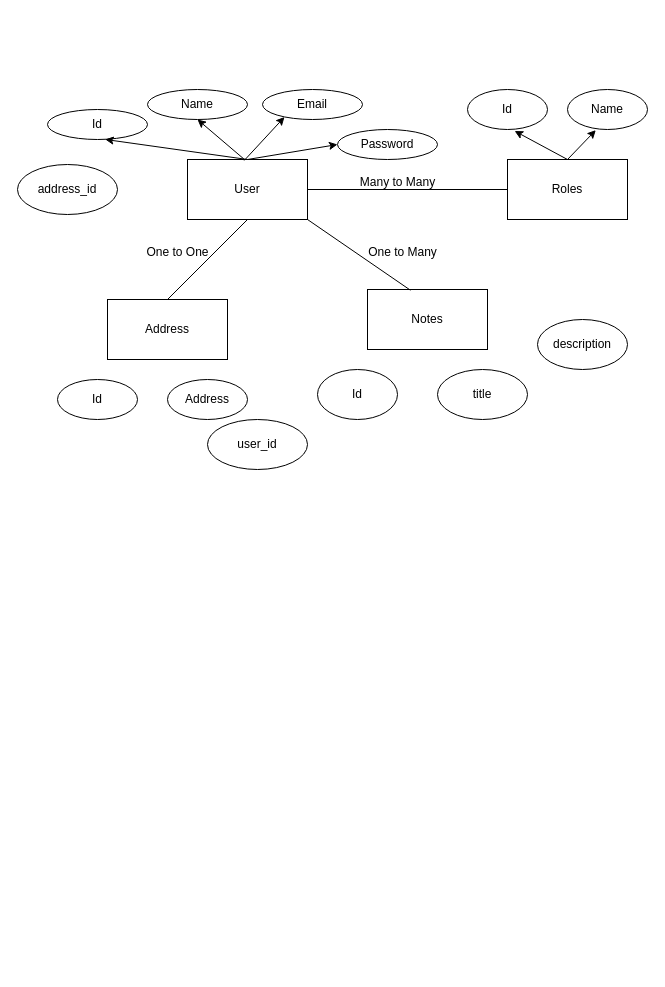
This is relationship_tables.drawio from MURTHY5514/Parvam_GECH, a draw.io file, before an edit. Source tidied: cells renumbered, new cells numbered last; positions are measured from the earlier drawing's top-left corner, leaving out a move shared by most shapes. Both pictures are drawn from the tidied source at 100%, with x=0, y=0 at pixel (17, 89).
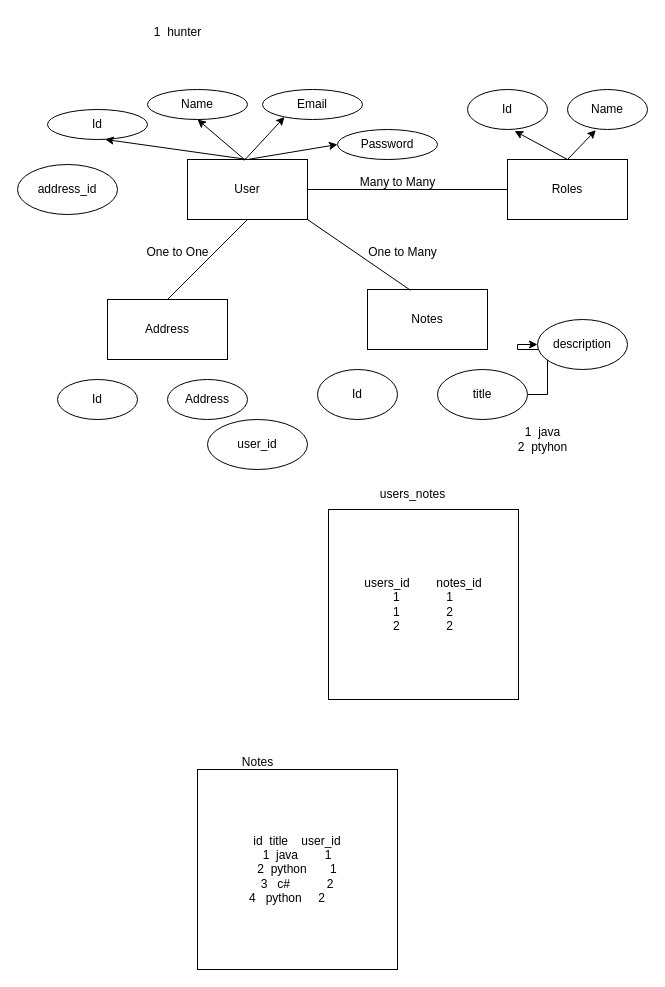
The same diagram, later.

Unchanged cells that the change refers to:
```xml
<mxCell id="25" value="title" style="ellipse;whiteSpace=wrap;html=1;" parent="1" vertex="1">
  <mxGeometry x="420" y="280" width="90" height="50" as="geometry" />
</mxCell>
<mxCell id="26" value="description" style="ellipse;whiteSpace=wrap;html=1;" parent="1" vertex="1">
  <mxGeometry x="520" y="230" width="90" height="50" as="geometry" />
</mxCell>
```

Diff of the diagram source:
```diff
@@
+    <mxCell id="31" style="edgeStyle=orthogonalEdgeStyle;rounded=0;jettySize=auto;html=1;" parent="1" edge="1" source="25" target="26">
+      <mxGeometry relative="1" as="geometry" />
+    </mxCell>
@@
+    <mxCell id="32" value="users_id&amp;nbsp; &amp;nbsp; &amp;nbsp; &amp;nbsp; notes_id&lt;br&gt;1&amp;nbsp; &amp;nbsp; &amp;nbsp; &amp;nbsp; &amp;nbsp; &amp;nbsp; &amp;nbsp; 1&lt;br&gt;1&amp;nbsp; &amp;nbsp; &amp;nbsp; &amp;nbsp; &amp;nbsp; &amp;nbsp; &amp;nbsp; 2&lt;br&gt;2&amp;nbsp; &amp;nbsp; &amp;nbsp; &amp;nbsp; &amp;nbsp; &amp;nbsp; &amp;nbsp; 2" style="whiteSpace=wrap;html=1;" parent="1" vertex="1">
+      <mxGeometry x="311" y="420" width="190" height="190" as="geometry" />
+    </mxCell>
+    <mxCell id="33" value="users_notes" style="text;html=1;align=center;verticalAlign=middle;strokeColor=none;fillColor=none;" parent="1" vertex="1">
+      <mxGeometry x="350" y="390" width="90" height="30" as="geometry" />
+    </mxCell>
+    <mxCell id="34" value="1&amp;nbsp; hunter" style="text;html=1;align=center;verticalAlign=middle;strokeColor=none;fillColor=none;" parent="1" vertex="1">
+      <mxGeometry x="125" y="-72" width="70" height="30" as="geometry" />
+    </mxCell>
+    <mxCell id="35" value="1&amp;nbsp; java&lt;br&gt;2&amp;nbsp; ptyhon" style="text;html=1;align=center;verticalAlign=middle;strokeColor=none;fillColor=none;" parent="1" vertex="1">
+      <mxGeometry x="490" y="330" width="70" height="40" as="geometry" />
+    </mxCell>
+    <mxCell id="36" value="id&amp;nbsp; title&amp;nbsp; &amp;nbsp; user_id&lt;br&gt;1&amp;nbsp; java&amp;nbsp; &amp;nbsp; &amp;nbsp; &amp;nbsp; 1&lt;br&gt;2&amp;nbsp; python&amp;nbsp; &amp;nbsp; &amp;nbsp; &amp;nbsp;1&lt;br&gt;3&amp;nbsp; &amp;nbsp;c#&amp;nbsp; &amp;nbsp; &amp;nbsp; &amp;nbsp; &amp;nbsp; &amp;nbsp;2&lt;br&gt;4&amp;nbsp; &amp;nbsp;python&amp;nbsp; &amp;nbsp; &amp;nbsp;2&amp;nbsp; &amp;nbsp; &amp;nbsp;&amp;nbsp;" style="whiteSpace=wrap;html=1;" parent="1" vertex="1">
+      <mxGeometry x="180" y="680" width="200" height="200" as="geometry" />
+    </mxCell>
+    <mxCell id="37" value="Notes" style="text;html=1;align=center;verticalAlign=middle;strokeColor=none;fillColor=none;" parent="1" vertex="1">
+      <mxGeometry x="215" y="658" width="50" height="30" as="geometry" />
+    </mxCell>
```
